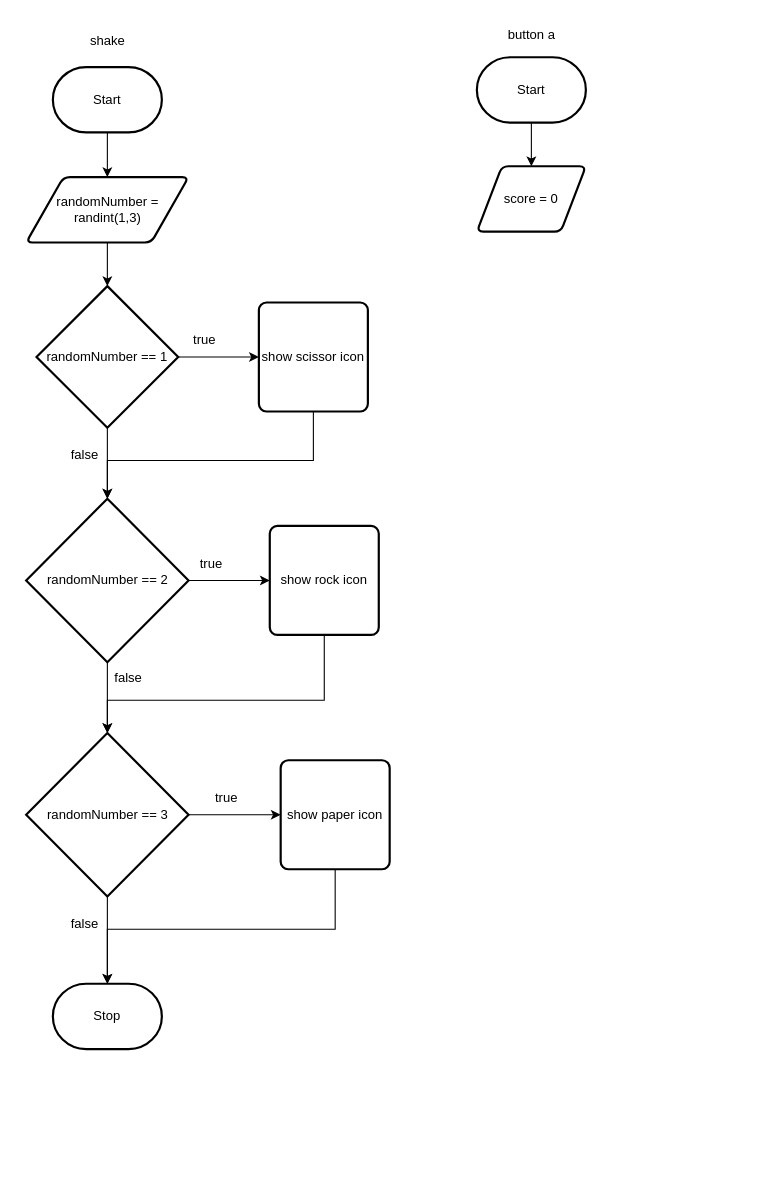
The draw.io diagram design/flowchart.drawio in MTHS-TEJ2O-1-2023/TEJ2O-Unit-2-09-sophie-nguyen-0, before the edit. Source tidied: cells renumbered, new cells numbered last; positions are measured from the earlier drawing's top-left corner, leaving out a move shared by most shapes. Both pictures are drawn from the tidied source at 109%, with x=0, y=0 at pixel (25, 19).
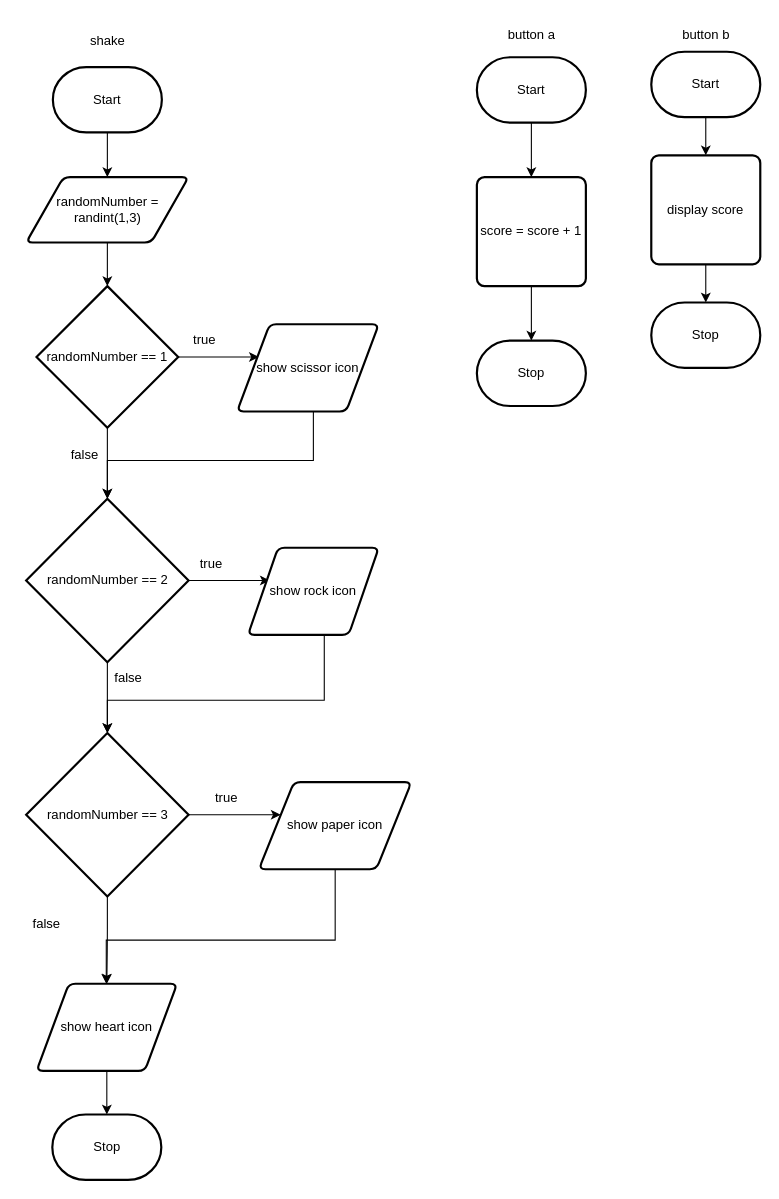
Above is the later version.

The change refers to these unchanged cells:
```xml
<mxCell id="10" value="randomNumber == 1" style="strokeWidth=2;html=1;shape=mxgraph.flowchart.decision;whiteSpace=wrap;" parent="1" vertex="1">
  <mxGeometry x="10" y="245" width="130" height="130" as="geometry" />
</mxCell>
<mxCell id="15" value="randomNumber == 2" style="strokeWidth=2;html=1;shape=mxgraph.flowchart.decision;whiteSpace=wrap;" parent="1" vertex="1">
  <mxGeometry x="0.5" y="440" width="149" height="150" as="geometry" />
</mxCell>
<mxCell id="20" value="randomNumber == 3" style="strokeWidth=2;html=1;shape=mxgraph.flowchart.decision;whiteSpace=wrap;" parent="1" vertex="1">
  <mxGeometry x="0.5" y="655" width="149" height="150" as="geometry" />
</mxCell>
<mxCell id="30" value="Start" style="strokeWidth=2;html=1;shape=mxgraph.flowchart.terminator;whiteSpace=wrap;" parent="1" vertex="1">
  <mxGeometry x="414" y="35" width="100" height="60" as="geometry" />
</mxCell>
```

The edit, as a diff of the source:
```diff
@@
     <mxCell id="4" value="Stop" style="strokeWidth=2;html=1;shape=mxgraph.flowchart.terminator;whiteSpace=wrap;" parent="1" vertex="1">
-      <mxGeometry x="25" y="885" width="100" height="60" as="geometry" />
+      <mxGeometry x="24.5" y="1005" width="100" height="60" as="geometry" />
     </mxCell>
@@
-    <mxCell id="8" style="edgeStyle=none;html=1;" parent="1" edge="1" source="10" target="12">
-      <mxGeometry relative="1" as="geometry" />
+    <mxCell id="8" style="edgeStyle=none;html=1;" parent="1" edge="1" source="10">
+      <mxGeometry relative="1" as="geometry">
+        <mxPoint x="214" y="310" as="targetPoint" />
+      </mxGeometry>
     </mxCell>
@@
-    <mxCell id="11" style="edgeStyle=orthogonalEdgeStyle;rounded=0;html=1;entryX=0.5;entryY=0;entryDx=0;entryDy=0;entryPerimeter=0;" parent="1" edge="1" source="12" target="15">
+    <mxCell id="11" style="edgeStyle=orthogonalEdgeStyle;rounded=0;html=1;entryX=0.5;entryY=0;entryDx=0;entryDy=0;entryPerimeter=0;" parent="1" edge="1" target="15">
       <mxGeometry relative="1" as="geometry">
+        <mxPoint x="264" y="360" as="sourcePoint" />
         <Array as="points">
           <mxPoint x="264" y="405" />
           <mxPoint x="75" y="405" />
         </Array>
       </mxGeometry>
     </mxCell>
-    <mxCell id="12" value="show scissor icon" style="rounded=1;whiteSpace=wrap;html=1;absoluteArcSize=1;arcSize=14;strokeWidth=2;" parent="1" vertex="1">
-      <mxGeometry x="214" y="260" width="100" height="100" as="geometry" />
-    </mxCell>
-    <mxCell id="13" style="edgeStyle=none;rounded=0;html=1;" parent="1" edge="1" source="15" target="17">
-      <mxGeometry relative="1" as="geometry" />
+    <mxCell id="13" style="edgeStyle=none;rounded=0;html=1;" parent="1" edge="1" source="15">
+      <mxGeometry relative="1" as="geometry">
+        <mxPoint x="224" y="515" as="targetPoint" />
+      </mxGeometry>
     </mxCell>
@@
-    <mxCell id="16" style="edgeStyle=orthogonalEdgeStyle;rounded=0;html=1;entryX=0.5;entryY=0;entryDx=0;entryDy=0;entryPerimeter=0;" parent="1" edge="1" source="17" target="20">
+    <mxCell id="16" style="edgeStyle=orthogonalEdgeStyle;rounded=0;html=1;entryX=0.5;entryY=0;entryDx=0;entryDy=0;entryPerimeter=0;" parent="1" edge="1" target="20">
       <mxGeometry relative="1" as="geometry">
+        <mxPoint x="274" y="565" as="sourcePoint" />
         <Array as="points">
           <mxPoint x="274" y="625" />
           <mxPoint x="75" y="625" />
         </Array>
       </mxGeometry>
     </mxCell>
-    <mxCell id="17" value="show rock icon" style="rounded=1;whiteSpace=wrap;html=1;absoluteArcSize=1;arcSize=14;strokeWidth=2;" parent="1" vertex="1">
-      <mxGeometry x="224" y="465" width="100" height="100" as="geometry" />
-    </mxCell>
-    <mxCell id="18" style="edgeStyle=orthogonalEdgeStyle;rounded=0;html=1;" parent="1" edge="1" source="20" target="22">
-      <mxGeometry relative="1" as="geometry" />
+    <mxCell id="18" style="edgeStyle=orthogonalEdgeStyle;rounded=0;html=1;" parent="1" edge="1" source="20">
+      <mxGeometry relative="1" as="geometry">
+        <mxPoint x="234" y="730" as="targetPoint" />
+      </mxGeometry>
     </mxCell>
-    <mxCell id="19" style="edgeStyle=orthogonalEdgeStyle;rounded=0;html=1;" parent="1" edge="1" source="20" target="4">
-      <mxGeometry relative="1" as="geometry" />
-    </mxCell>
+    <mxCell id="33" style="edgeStyle=orthogonalEdgeStyle;html=1;" parent="1" edge="1" source="20" target="46">
+      <mxGeometry relative="1" as="geometry" />
+    </mxCell>
@@
-    <mxCell id="21" style="edgeStyle=orthogonalEdgeStyle;rounded=0;html=1;" parent="1" edge="1" source="22" target="4">
-      <mxGeometry relative="1" as="geometry">
-        <Array as="points">
-          <mxPoint x="284" y="835" />
-          <mxPoint x="75" y="835" />
-        </Array>
-      </mxGeometry>
-    </mxCell>
-    <mxCell id="22" value="show paper icon" style="rounded=1;whiteSpace=wrap;html=1;absoluteArcSize=1;arcSize=14;strokeWidth=2;" parent="1" vertex="1">
-      <mxGeometry x="234" y="680" width="100" height="100" as="geometry" />
-    </mxCell>
@@
     <mxCell id="28" value="false" style="text;html=1;align=center;verticalAlign=middle;strokeColor=none;fillColor=none;" parent="1" vertex="1">
-      <mxGeometry x="29" y="815" width="50" height="30" as="geometry" />
+      <mxGeometry x="-6" y="815" width="50" height="30" as="geometry" />
     </mxCell>
-    <mxCell id="29" style="edgeStyle=orthogonalEdgeStyle;rounded=0;html=1;" parent="1" edge="1" source="30" target="32">
-      <mxGeometry relative="1" as="geometry" />
-    </mxCell>
+    <mxCell id="34" style="edgeStyle=none;html=1;" parent="1" edge="1" source="30" target="36">
+      <mxGeometry relative="1" as="geometry" />
+    </mxCell>
@@
-    <mxCell id="32" value="score = 0" style="shape=parallelogram;html=1;strokeWidth=2;perimeter=parallelogramPerimeter;whiteSpace=wrap;rounded=1;arcSize=12;size=0.23;" parent="1" vertex="1">
-      <mxGeometry x="414" y="135" width="100" height="60" as="geometry" />
-    </mxCell>
+    <mxCell id="35" style="edgeStyle=none;html=1;" parent="1" edge="1" source="36" target="37">
+      <mxGeometry relative="1" as="geometry" />
+    </mxCell>
+    <mxCell id="36" value="score = score + 1" style="rounded=1;whiteSpace=wrap;html=1;absoluteArcSize=1;arcSize=14;strokeWidth=2;" parent="1" vertex="1">
+      <mxGeometry x="414" y="145" width="100" height="100" as="geometry" />
+    </mxCell>
+    <mxCell id="37" value="Stop" style="strokeWidth=2;html=1;shape=mxgraph.flowchart.terminator;whiteSpace=wrap;" parent="1" vertex="1">
+      <mxGeometry x="414" y="295" width="100" height="60" as="geometry" />
+    </mxCell>
+    <mxCell id="38" value="button b" style="text;html=1;align=center;verticalAlign=middle;strokeColor=none;fillColor=none;" parent="1" vertex="1">
+      <mxGeometry x="589" width="70" height="30" as="geometry" />
+    </mxCell>
+    <mxCell id="39" style="edgeStyle=none;html=1;" parent="1" edge="1" source="40" target="42">
+      <mxGeometry relative="1" as="geometry" />
+    </mxCell>
+    <mxCell id="40" value="Start" style="strokeWidth=2;html=1;shape=mxgraph.flowchart.terminator;whiteSpace=wrap;" parent="1" vertex="1">
+      <mxGeometry x="574" y="30" width="100" height="60" as="geometry" />
+    </mxCell>
+    <mxCell id="41" style="edgeStyle=none;html=1;" parent="1" edge="1" source="42" target="43">
+      <mxGeometry relative="1" as="geometry" />
+    </mxCell>
+    <mxCell id="42" value="display score" style="rounded=1;whiteSpace=wrap;html=1;absoluteArcSize=1;arcSize=14;strokeWidth=2;" parent="1" vertex="1">
+      <mxGeometry x="574" y="125" width="100" height="100" as="geometry" />
+    </mxCell>
+    <mxCell id="43" value="Stop" style="strokeWidth=2;html=1;shape=mxgraph.flowchart.terminator;whiteSpace=wrap;" parent="1" vertex="1">
+      <mxGeometry x="574" y="260" width="100" height="60" as="geometry" />
+    </mxCell>
+    <mxCell id="12" value="show scissor icon" style="shape=parallelogram;html=1;strokeWidth=2;perimeter=parallelogramPerimeter;whiteSpace=wrap;rounded=1;arcSize=12;size=0.23;" parent="1" vertex="1">
+      <mxGeometry x="194" y="280" width="130" height="80" as="geometry" />
+    </mxCell>
+    <mxCell id="17" value="show rock icon" style="shape=parallelogram;html=1;strokeWidth=2;perimeter=parallelogramPerimeter;whiteSpace=wrap;rounded=1;arcSize=12;size=0.23;" parent="1" vertex="1">
+      <mxGeometry x="204" y="485" width="120" height="80" as="geometry" />
+    </mxCell>
+    <mxCell id="44" style="edgeStyle=orthogonalEdgeStyle;html=1;rounded=0;" parent="1" edge="1" source="22">
+      <mxGeometry relative="1" as="geometry">
+        <mxPoint x="74" y="885" as="targetPoint" />
+        <Array as="points">
+          <mxPoint x="284" y="845" />
+          <mxPoint x="74" y="845" />
+        </Array>
+      </mxGeometry>
+    </mxCell>
+    <mxCell id="22" value="show paper icon" style="shape=parallelogram;html=1;strokeWidth=2;perimeter=parallelogramPerimeter;whiteSpace=wrap;rounded=1;arcSize=12;size=0.23;" parent="1" vertex="1">
+      <mxGeometry x="214" y="700" width="140" height="80" as="geometry" />
+    </mxCell>
+    <mxCell id="45" style="edgeStyle=orthogonalEdgeStyle;rounded=0;html=1;" parent="1" edge="1" source="46" target="4">
+      <mxGeometry relative="1" as="geometry" />
+    </mxCell>
+    <mxCell id="46" value="show heart icon" style="shape=parallelogram;html=1;strokeWidth=2;perimeter=parallelogramPerimeter;whiteSpace=wrap;rounded=1;arcSize=12;size=0.23;" parent="1" vertex="1">
+      <mxGeometry x="10" y="885" width="129" height="80" as="geometry" />
+    </mxCell>
```
